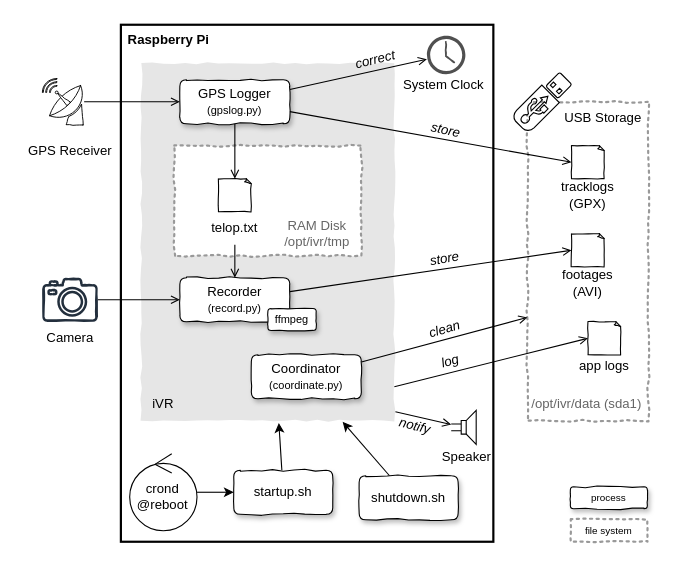
Earlier version of the draw.io diagram page "System Boundary" (1 of 2) of docs/iVR.drawio (torao/iVR). Source tidied: cells renumbered, new cells numbered last; positions are measured from the earlier drawing's top-left corner, leaving out a move shared by most shapes. Both pictures are drawn from the tidied source at 110%, with x=0, y=0 at pixel (19, 24).
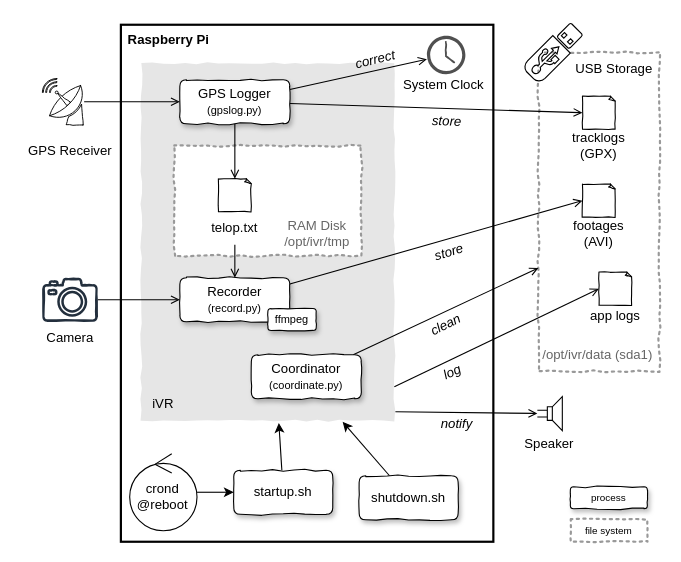
Above is the later version.

The edit, as a diff of the source:
```diff
@@
     <mxCell id="6" style="rounded=0;whiteSpace=wrap;html=1;comic=1;dashed=1;strokeWidth=2;strokeColor=#999999;dashPattern=1 2;" parent="1" vertex="1">
-      <mxGeometry x="462" y="70" width="110" height="290" as="geometry" />
+      <mxGeometry x="472" y="25" width="110" height="290" as="geometry" />
     </mxCell>
@@
     <mxCell id="15" value="/opt/ivr/data (sda1)" style="text;html=1;strokeColor=none;fillColor=none;align=center;verticalAlign=middle;whiteSpace=wrap;rounded=0;dashed=1;dashPattern=1 2;comic=1;fontColor=#666666;" parent="1" vertex="1">
-      <mxGeometry x="461" y="335" width="110" height="20" as="geometry" />
+      <mxGeometry x="471" y="289.9" width="110" height="20" as="geometry" />
     </mxCell>
     <mxCell id="16" style="whiteSpace=wrap;html=1;shape=mxgraph.basic.document;comic=1;" parent="1" vertex="1">
-      <mxGeometry x="502" y="110" width="30" height="30" as="geometry" />
+      <mxGeometry x="512" y="65" width="30" height="30" as="geometry" />
     </mxCell>
     <mxCell id="17" value="tracklogs (GPX)" style="text;html=1;strokeColor=none;fillColor=none;align=center;verticalAlign=middle;whiteSpace=wrap;rounded=0;" parent="1" vertex="1">
-      <mxGeometry x="487" y="140" width="60" height="30" as="geometry" />
+      <mxGeometry x="497" y="94.9" width="60" height="30" as="geometry" />
     </mxCell>
@@
     <mxCell id="21" style="whiteSpace=wrap;html=1;shape=mxgraph.basic.document;comic=1;" parent="1" vertex="1">
-      <mxGeometry x="502" y="190" width="30" height="30" as="geometry" />
+      <mxGeometry x="512" y="144.9" width="30" height="30" as="geometry" />
     </mxCell>
     <mxCell id="22" value="footages (AVI)" style="text;html=1;strokeColor=none;fillColor=none;align=center;verticalAlign=middle;whiteSpace=wrap;rounded=0;" parent="1" vertex="1">
-      <mxGeometry x="487" y="220" width="60" height="30" as="geometry" />
+      <mxGeometry x="497" y="174.9" width="60" height="30" as="geometry" />
     </mxCell>
@@
     <mxCell id="32" style="fontColor=#0066CC;verticalAlign=top;verticalLabelPosition=bottom;labelPosition=center;align=center;html=1;fillColor=#FFFFFF;strokeColor=#000000;gradientColor=none;gradientDirection=north;strokeWidth=2;shape=mxgraph.networks.usb_stick;shadow=0;comic=0;sketch=0;rotation=45;" parent="1" vertex="1">
-      <mxGeometry x="464.6" y="40.1" width="22.4" height="59.8" as="geometry" />
+      <mxGeometry x="474.6" y="-4.9" width="22.4" height="59.8" as="geometry" />
     </mxCell>
     <mxCell id="33" value="USB Storage" style="text;html=1;strokeColor=none;fillColor=none;align=center;verticalAlign=middle;whiteSpace=wrap;rounded=0;shadow=0;comic=0;sketch=0;fontColor=#000000;" parent="1" vertex="1">
-      <mxGeometry x="487" y="70" width="87.6" height="30" as="geometry" />
+      <mxGeometry x="497" y="25" width="87.6" height="30" as="geometry" />
     </mxCell>
@@
-    <mxCell id="42" value="store" style="text;html=1;strokeColor=none;fillColor=none;align=center;verticalAlign=middle;whiteSpace=wrap;rounded=0;shadow=0;comic=0;sketch=0;fontColor=#000000;fontStyle=2;rotation=12.6;" parent="1" vertex="1">
-      <mxGeometry x="363" y="81" width="50" height="30" as="geometry" />
+    <mxCell id="42" value="store" style="text;html=1;strokeColor=none;fillColor=none;align=center;verticalAlign=middle;whiteSpace=wrap;rounded=0;shadow=0;comic=0;sketch=0;fontColor=#000000;fontStyle=2;rotation=2;" parent="1" vertex="1">
+      <mxGeometry x="364" y="73" width="50" height="30" as="geometry" />
     </mxCell>
-    <mxCell id="43" value="store" style="text;html=1;strokeColor=none;fillColor=none;align=center;verticalAlign=middle;whiteSpace=wrap;rounded=0;shadow=0;comic=0;sketch=0;fontColor=#000000;fontStyle=2;rotation=-9.9;" parent="1" vertex="1">
-      <mxGeometry x="362" y="198" width="50" height="30" as="geometry" />
+    <mxCell id="43" value="store" style="text;html=1;strokeColor=none;fillColor=none;align=center;verticalAlign=middle;whiteSpace=wrap;rounded=0;shadow=0;comic=0;sketch=0;fontColor=#000000;fontStyle=2;rotation=-17.5;" parent="1" vertex="1">
+      <mxGeometry x="366" y="192" width="50" height="30" as="geometry" />
     </mxCell>
-    <mxCell id="44" value="clean" style="text;html=1;strokeColor=none;fillColor=none;align=center;verticalAlign=middle;whiteSpace=wrap;rounded=0;shadow=0;comic=0;sketch=0;fontColor=#000000;fontStyle=2;rotation=-16.5;" parent="1" vertex="1">
-      <mxGeometry x="362" y="262" width="50" height="30" as="geometry" />
+    <mxCell id="44" value="clean" style="text;html=1;strokeColor=none;fillColor=none;align=center;verticalAlign=middle;whiteSpace=wrap;rounded=0;shadow=0;comic=0;sketch=0;fontColor=#000000;fontStyle=2;rotation=-26.7;" parent="1" vertex="1">
+      <mxGeometry x="363" y="258" width="50" height="30" as="geometry" />
     </mxCell>
     <mxCell id="45" style="whiteSpace=wrap;html=1;shape=mxgraph.basic.document;comic=1;" parent="1" vertex="1">
-      <mxGeometry x="517" y="270" width="30" height="30" as="geometry" />
+      <mxGeometry x="527" y="224.9" width="30" height="30" as="geometry" />
     </mxCell>
     <mxCell id="46" value="app logs" style="text;html=1;strokeColor=none;fillColor=none;align=center;verticalAlign=middle;whiteSpace=wrap;rounded=0;" parent="1" vertex="1">
-      <mxGeometry x="502" y="300" width="60" height="20" as="geometry" />
+      <mxGeometry x="512" y="254.9" width="60" height="20" as="geometry" />
     </mxCell>
@@
     <mxCell id="48" style="verticalLabelPosition=bottom;shadow=0;dashed=0;align=center;html=1;verticalAlign=top;shape=mxgraph.electrical.electro-mechanical.loudspeaker;comic=0;sketch=0;fontSize=10;fontColor=#000000;strokeColor=#000000;strokeWidth=1;fillColor=#FFFFFF;" parent="1" vertex="1">
-      <mxGeometry x="392.7" y="350.5" width="22.7" height="31" as="geometry" />
+      <mxGeometry x="471" y="338" width="22.7" height="31" as="geometry" />
     </mxCell>
     <mxCell id="49" value="Speaker" style="text;html=1;strokeColor=none;fillColor=none;align=center;verticalAlign=middle;whiteSpace=wrap;rounded=0;comic=1;sketch=0;fontColor=#000000;" parent="1" vertex="1">
-      <mxGeometry x="382" y="381" width="50" height="24" as="geometry" />
+      <mxGeometry x="457.4" y="369" width="50" height="24" as="geometry" />
     </mxCell>
-    <mxCell id="50" value="notify" style="text;html=1;strokeColor=none;fillColor=none;align=center;verticalAlign=middle;whiteSpace=wrap;rounded=0;shadow=0;comic=0;sketch=0;fontColor=#000000;fontStyle=2;rotation=14.7;" parent="1" vertex="1">
-      <mxGeometry x="335" y="350" width="50" height="30" as="geometry" />
+    <mxCell id="50" value="notify" style="text;html=1;strokeColor=none;fillColor=none;align=center;verticalAlign=middle;whiteSpace=wrap;rounded=0;shadow=0;comic=0;sketch=0;fontColor=#000000;fontStyle=2;rotation=0;" parent="1" vertex="1">
+      <mxGeometry x="373" y="348" width="50" height="30" as="geometry" />
     </mxCell>
@@
-    <mxCell id="54" value="log" style="text;html=1;strokeColor=none;fillColor=none;align=center;verticalAlign=middle;whiteSpace=wrap;rounded=0;shadow=0;comic=0;sketch=0;fontColor=#000000;fontStyle=2;rotation=-16;" parent="1" vertex="1">
-      <mxGeometry x="367" y="291" width="50" height="30" as="geometry" />
+    <mxCell id="54" value="log" style="text;html=1;strokeColor=none;fillColor=none;align=center;verticalAlign=middle;whiteSpace=wrap;rounded=0;shadow=0;comic=0;sketch=0;fontColor=#000000;fontStyle=2;rotation=-23.8;" parent="1" vertex="1">
+      <mxGeometry x="369" y="301" width="50" height="30" as="geometry" />
     </mxCell>
```
